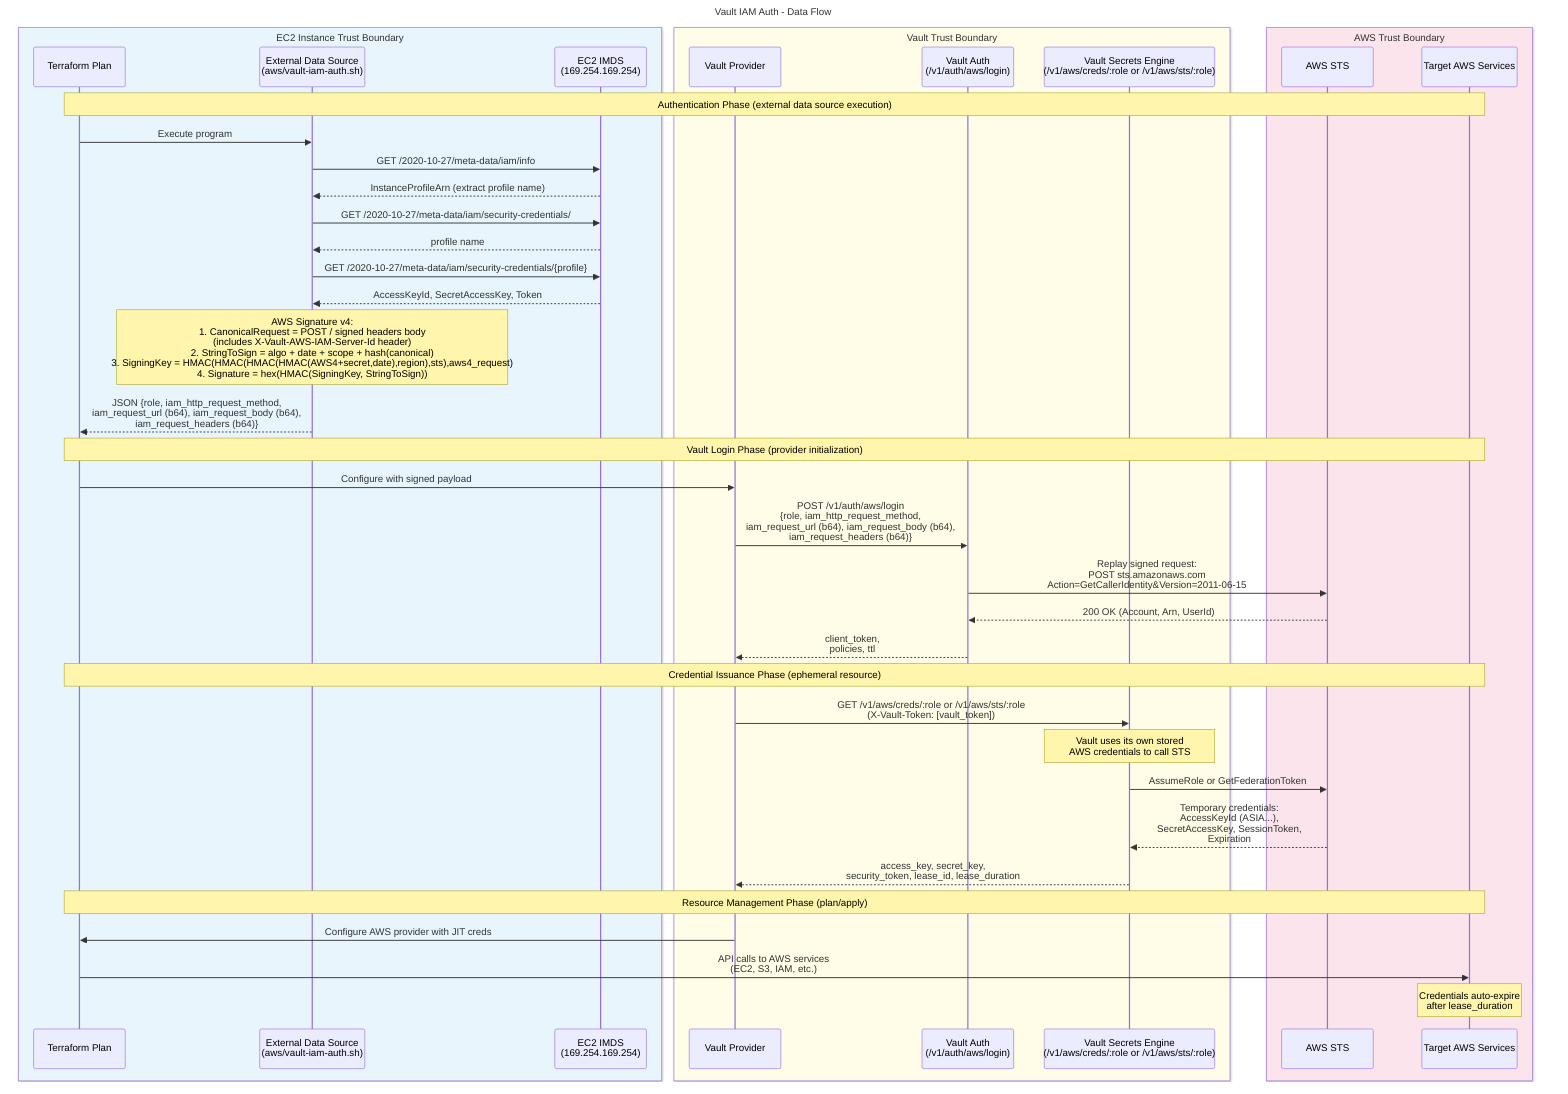
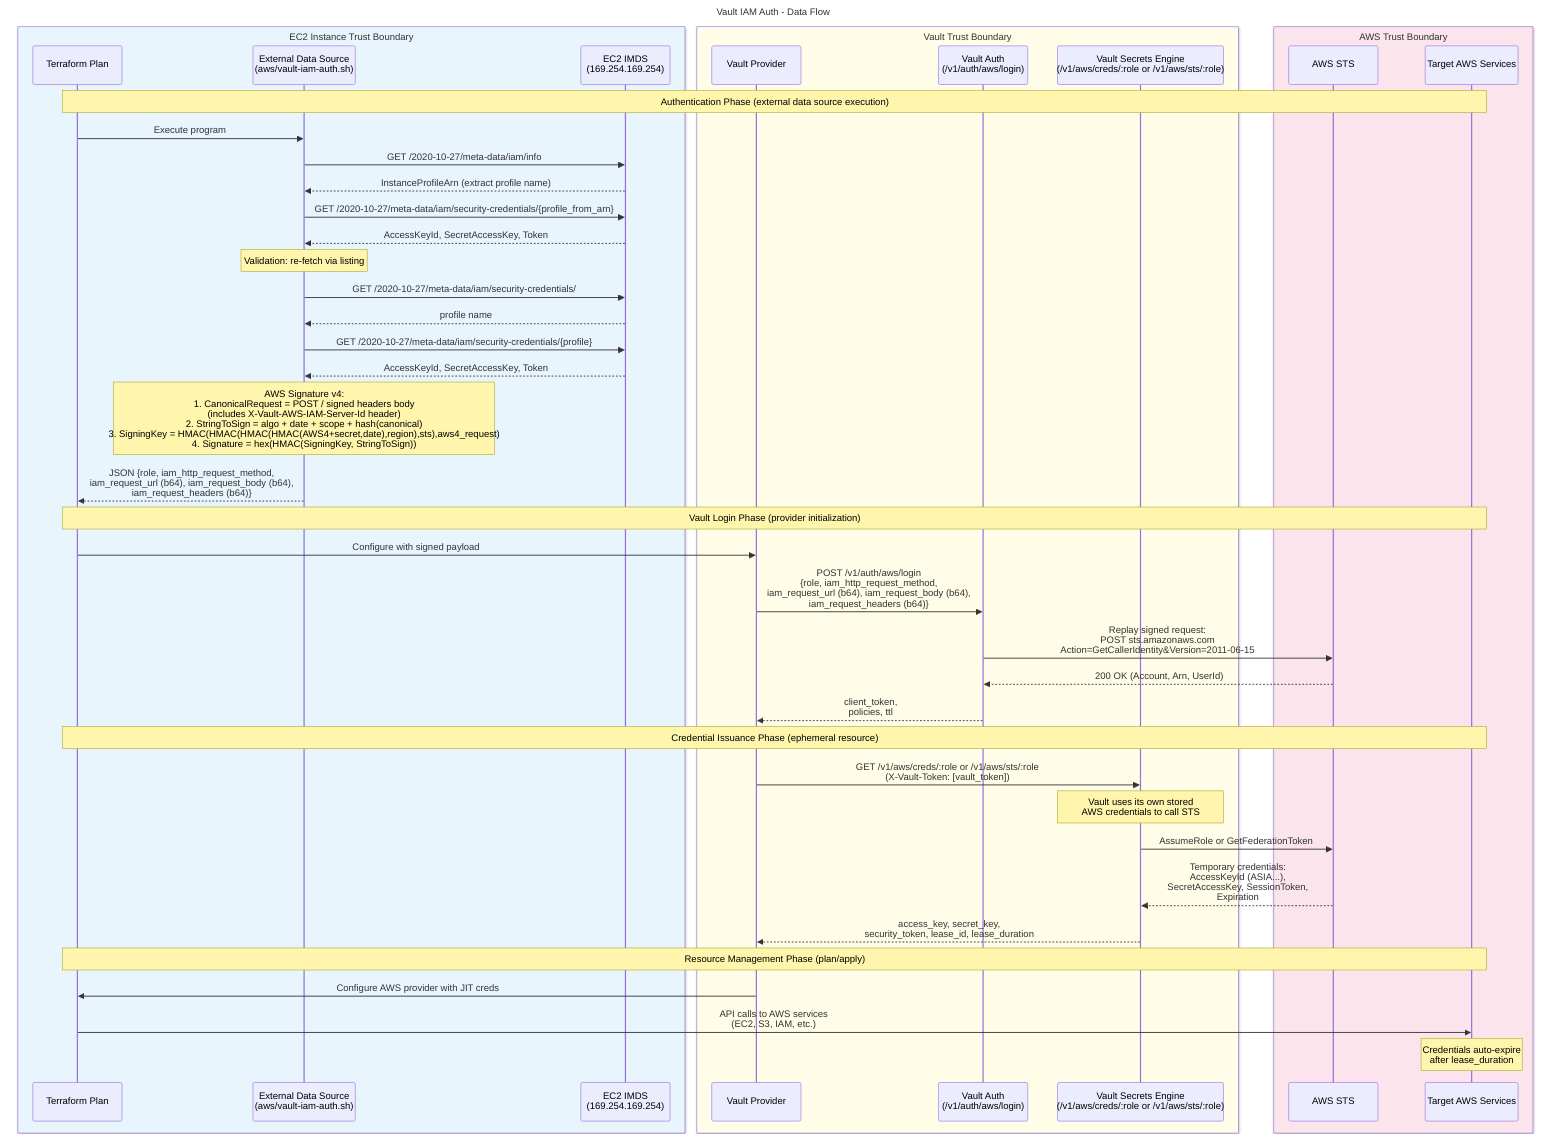
---
title: Vault IAM Auth - Data Flow
---
sequenceDiagram
    box rgb(232,245,253) EC2 Instance Trust Boundary
        participant TF as Terraform Plan
        participant EXT as External Data Source<br/>(aws/vault-iam-auth.sh)
        participant IMDS as EC2 IMDS<br/>(169.254.169.254)
    end

    box rgb(255,253,231) Vault Trust Boundary
        participant VP as Vault Provider
        participant VAUTH as Vault Auth<br/>(/v1/auth/aws/login)
        participant VSE as Vault Secrets Engine<br/>(/v1/aws/creds/:role or /v1/aws/sts/:role)
    end

    box rgb(252,228,236) AWS Trust Boundary
        participant STS as AWS STS
        participant TGTAWS as Target AWS Services
    end

    Note over TF,TGTAWS: Authentication Phase (external data source execution)
    TF->>EXT: Execute program
    EXT->>IMDS: GET /2020-10-27/meta-data/iam/info
    IMDS-->>EXT: InstanceProfileArn (extract profile name)
+     EXT->>IMDS: GET /2020-10-27/meta-data/iam/security-credentials/{profile_from_arn}
+     IMDS-->>EXT: AccessKeyId, SecretAccessKey, Token
+     Note over EXT: Validation: re-fetch via listing
    EXT->>IMDS: GET /2020-10-27/meta-data/iam/security-credentials/
    IMDS-->>EXT: profile name
    EXT->>IMDS: GET /2020-10-27/meta-data/iam/security-credentials/{profile}
    IMDS-->>EXT: AccessKeyId, SecretAccessKey, Token
    Note over EXT: AWS Signature v4:<br/>1. CanonicalRequest = POST / signed headers body<br/>(includes X-Vault-AWS-IAM-Server-Id header)<br/>2. StringToSign = algo + date + scope + hash(canonical)<br/>3. SigningKey = HMAC(HMAC(HMAC(HMAC(AWS4+secret,date),region),sts),aws4_request)<br/>4. Signature = hex(HMAC(SigningKey, StringToSign))
    EXT-->>TF: JSON {role, iam_http_request_method,<br/>iam_request_url (b64), iam_request_body (b64),<br/>iam_request_headers (b64)}

    Note over TF,TGTAWS: Vault Login Phase (provider initialization)
    TF->>VP: Configure with signed payload
    VP->>VAUTH: POST /v1/auth/aws/login<br/>{role, iam_http_request_method,<br/>iam_request_url (b64), iam_request_body (b64),<br/>iam_request_headers (b64)}
    VAUTH->>STS: Replay signed request:<br/>POST sts.amazonaws.com<br/>Action=GetCallerIdentity&Version=2011-06-15
    STS-->>VAUTH: 200 OK (Account, Arn, UserId)
    VAUTH-->>VP: client_token,<br/>policies, ttl

    Note over TF,TGTAWS: Credential Issuance Phase (ephemeral resource)
    VP->>VSE: GET /v1/aws/creds/:role or /v1/aws/sts/:role<br/>(X-Vault-Token: [vault_token])
    Note over VSE: Vault uses its own stored<br/>AWS credentials to call STS
    VSE->>STS: AssumeRole or GetFederationToken
    STS-->>VSE: Temporary credentials:<br/>AccessKeyId (ASIA...),<br/>SecretAccessKey, SessionToken,<br/>Expiration
    VSE-->>VP: access_key, secret_key,<br/>security_token, lease_id, lease_duration

    Note over TF,TGTAWS: Resource Management Phase (plan/apply)
    VP->>TF: Configure AWS provider with JIT creds
    TF->>TGTAWS: API calls to AWS services<br/>(EC2, S3, IAM, etc.)
    Note over TGTAWS: Credentials auto-expire<br/>after lease_duration
